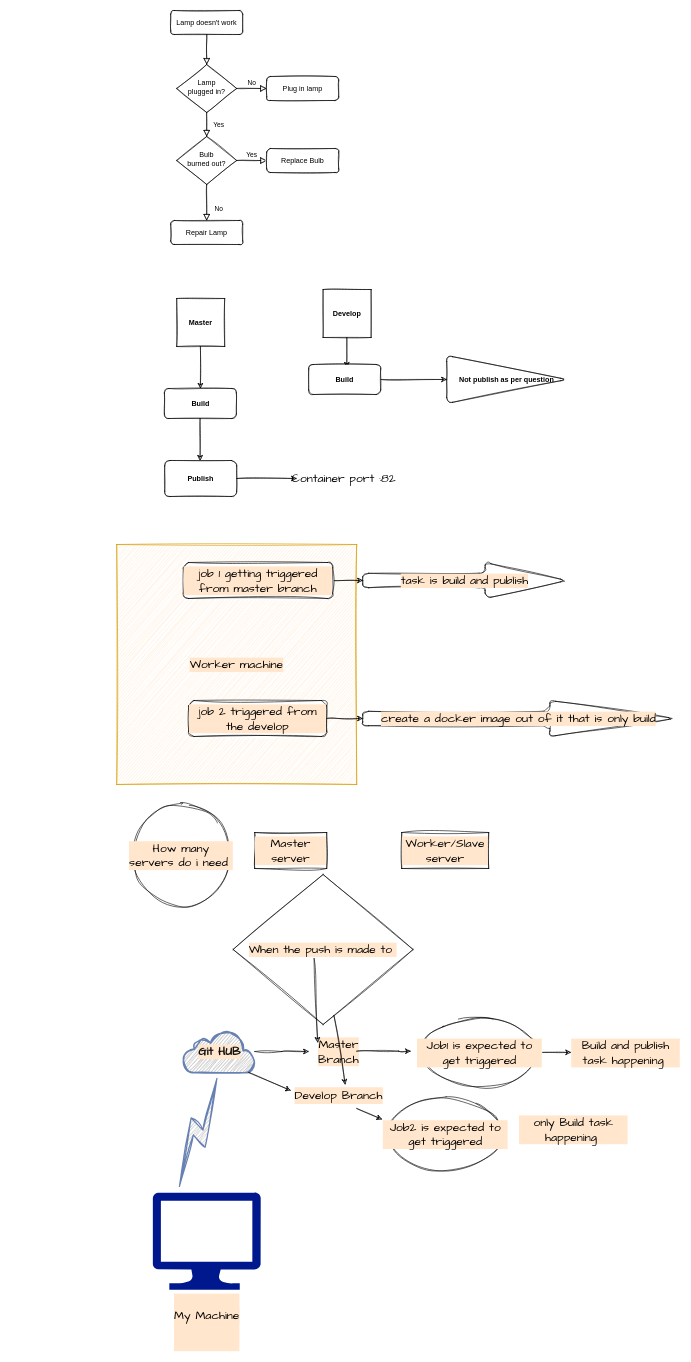
This is Untitled Diagram.drawio from cpy87/gitpracs, a draw.io file, before an edit. Source tidied: cells renumbered, new cells numbered last; positions are measured from the earlier drawing's top-left corner, leaving out a move shared by most shapes. Both pictures are drawn from the tidied source at 60%, with x=0, y=0 at pixel (21, 10).
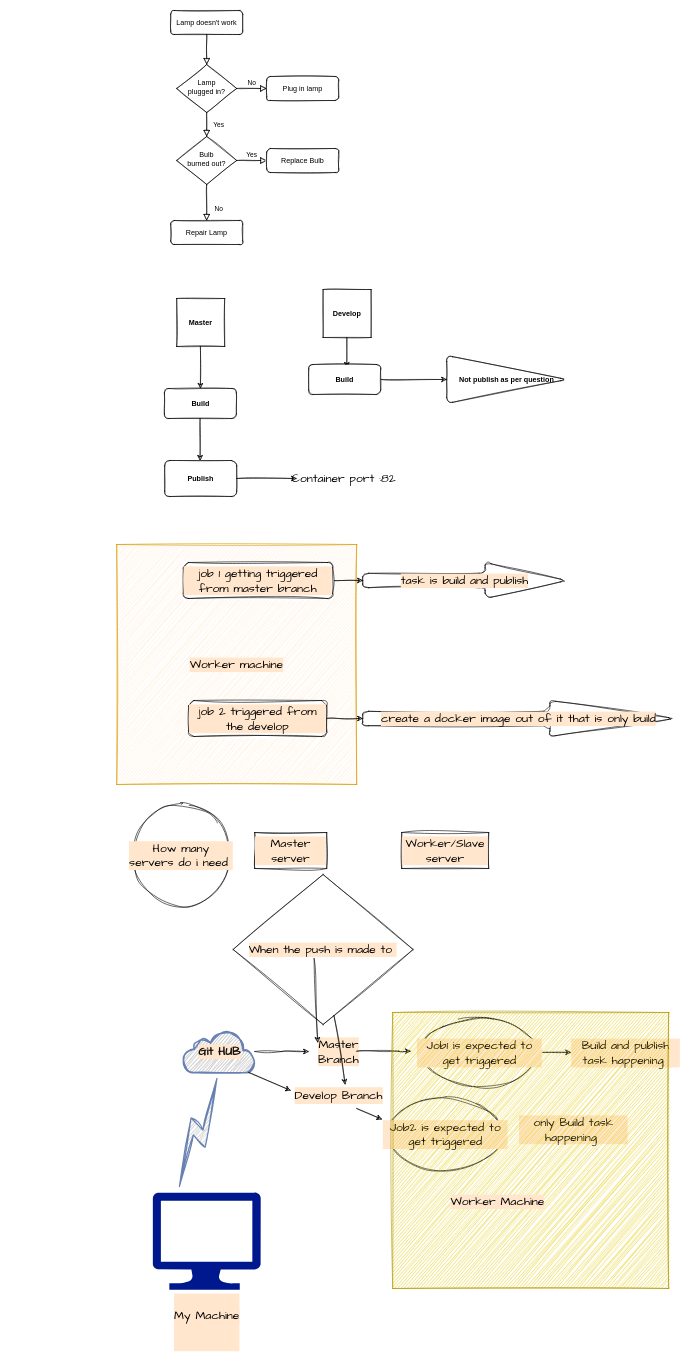
Above is the later version.

Commit message:
Architecture Jenkins case study

The edit, as a diff of the source:
```diff
@@
+    <mxCell id="52" style="whiteSpace=wrap;html=1;labelBackgroundColor=#FFE6CC;sketch=1;hachureGap=4;jiggle=2;fontFamily=Architects Daughter;fontSize=20;fillColor=#e3c800;strokeColor=#B09500;fontColor=#000000;" parent="1" vertex="1">
+      <mxGeometry x="619" y="1670" width="460" height="460" as="geometry" />
+    </mxCell>
+    <mxCell id="53" value="Worker Machine" style="text;html=1;strokeColor=none;fillColor=none;align=center;verticalAlign=middle;whiteSpace=wrap;rounded=0;labelBackgroundColor=#FFE6CC;sketch=1;hachureGap=4;jiggle=2;fontFamily=Architects Daughter;fontSize=20;fontColor=#000000;" parent="1" vertex="1">
+      <mxGeometry x="689" y="1970" width="210" height="30" as="geometry" />
+    </mxCell>
```
